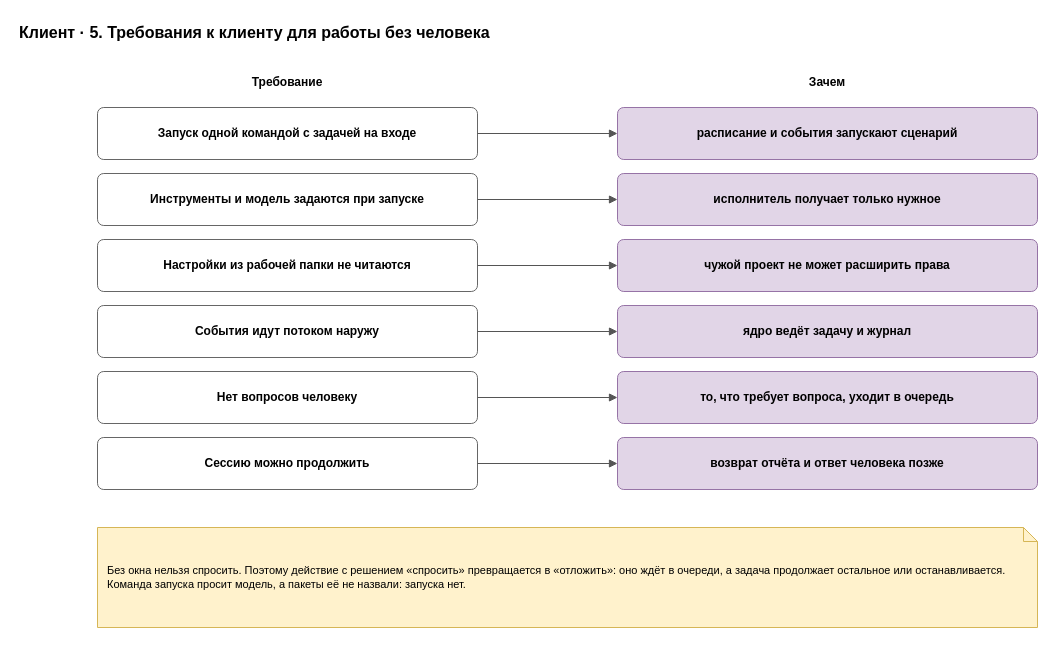
This is page "5. Работа без окна" (5 of 5) of docs/spec/harness-client.drawio from roygkov/reins, a draw.io file, before an edit. Source tidied: cells renumbered, new cells numbered last; positions are measured from the earlier drawing's top-left corner, leaving out a move shared by most shapes. Both pictures are drawn from the tidied source at 100%, with x=0, y=0 at pixel (17, 17).
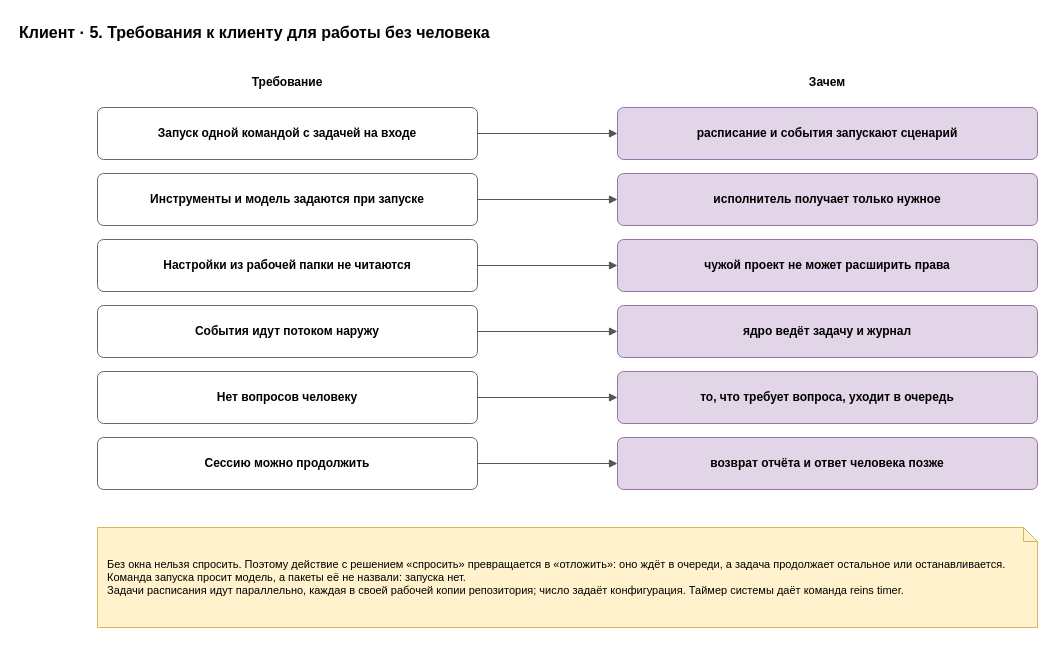
Above is the later version.

Diff of the diagram source:
```diff
@@
-    <mxCell id="23" value="Без окна нельзя спросить. Поэтому действие с решением «спросить» превращается в «отложить»: оно ждёт в очереди, а задача продолжает остальное или останавливается.&lt;br&gt;Команда запуска просит модель, а пакеты её не назвали: запуска нет." style="shape=note;whiteSpace=wrap;html=1;backgroundOutline=1;size=14;fillColor=#fff2cc;strokeColor=#d6b656;align=left;spacingLeft=8;spacingRight=8;fontSize=11;" parent="1" vertex="1">
+    <mxCell id="23" value="Без окна нельзя спросить. Поэтому действие с решением «спросить» превращается в «отложить»: оно ждёт в очереди, а задача продолжает остальное или останавливается.&lt;br&gt;Команда запуска просит модель, а пакеты её не назвали: запуска нет.&lt;br&gt;Задачи расписания идут параллельно, каждая в своей рабочей копии репозитория; число задаёт конфигурация. Таймер системы даёт команда reins timer." style="shape=note;whiteSpace=wrap;html=1;backgroundOutline=1;size=14;fillColor=#fff2cc;strokeColor=#d6b656;align=left;spacingLeft=8;spacingRight=8;fontSize=11;" parent="1" vertex="1">
       <mxGeometry x="80" y="510" width="940" height="100" as="geometry" />
     </mxCell>
```
